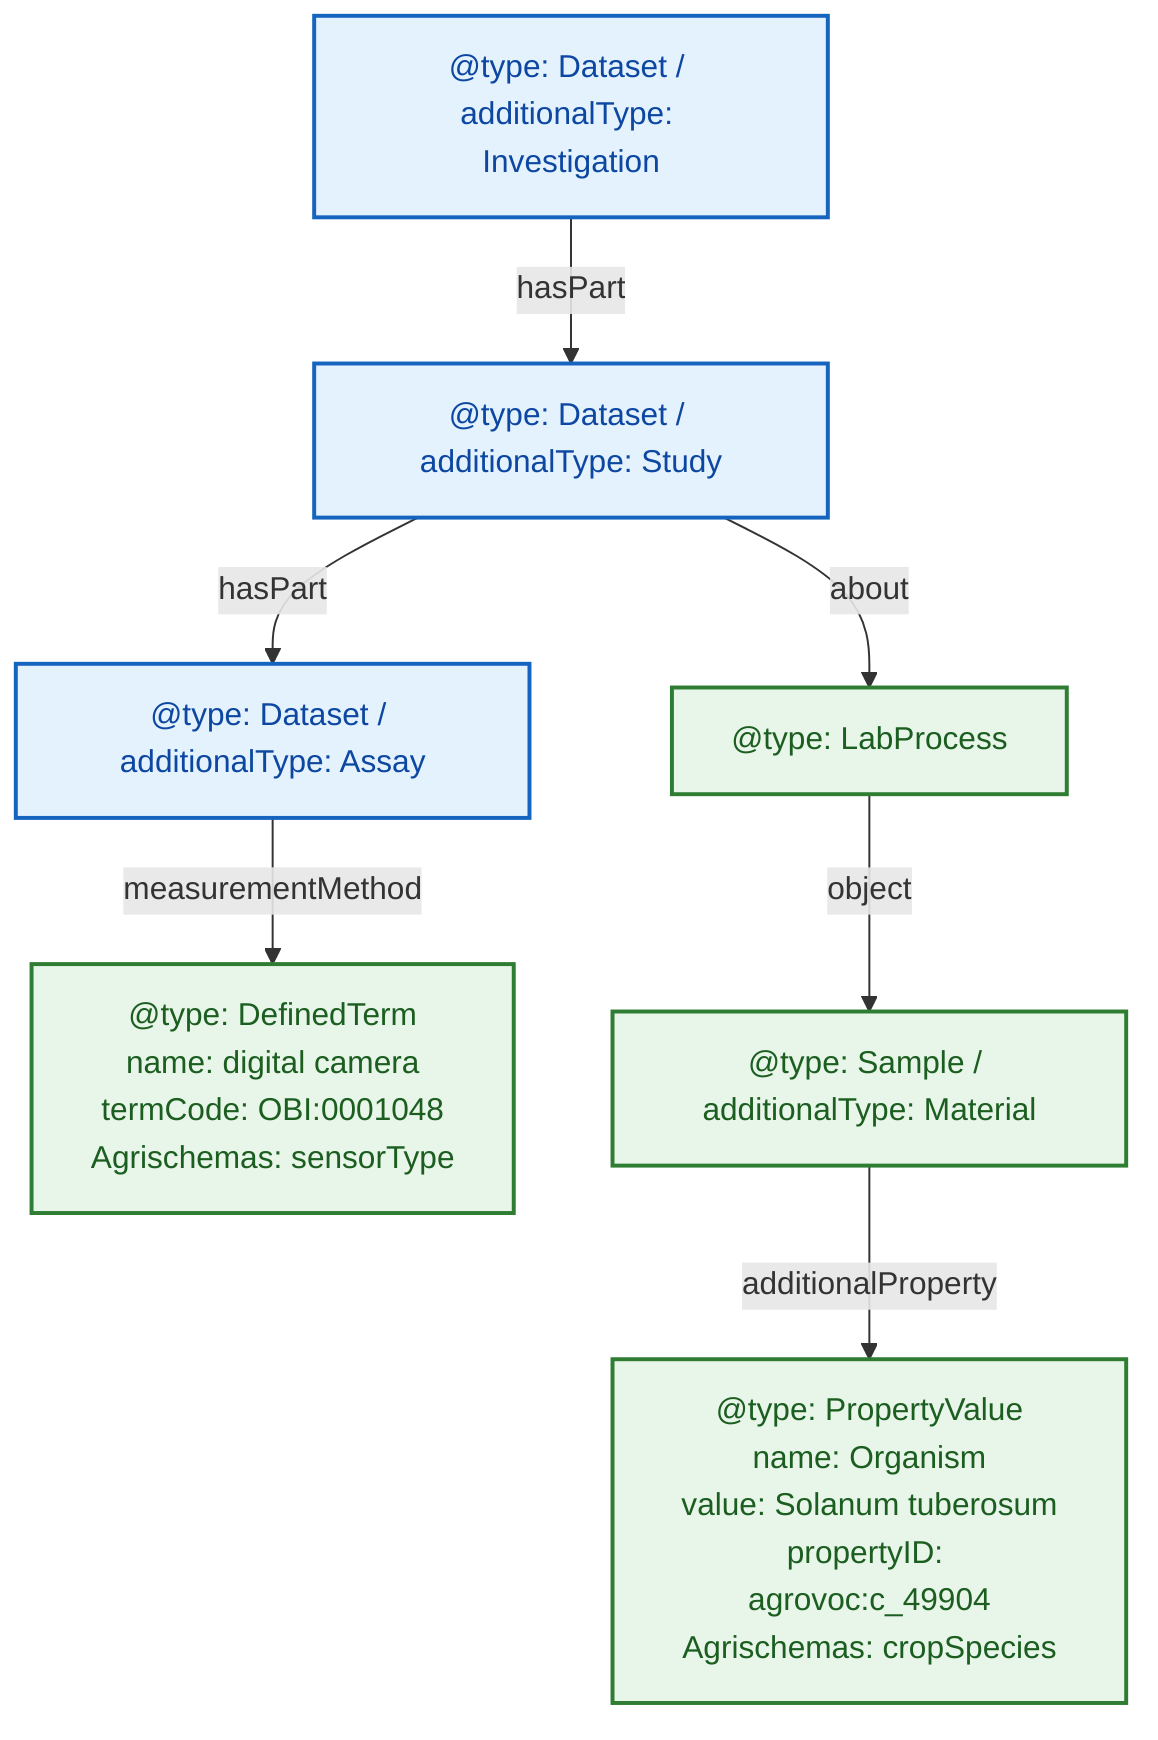
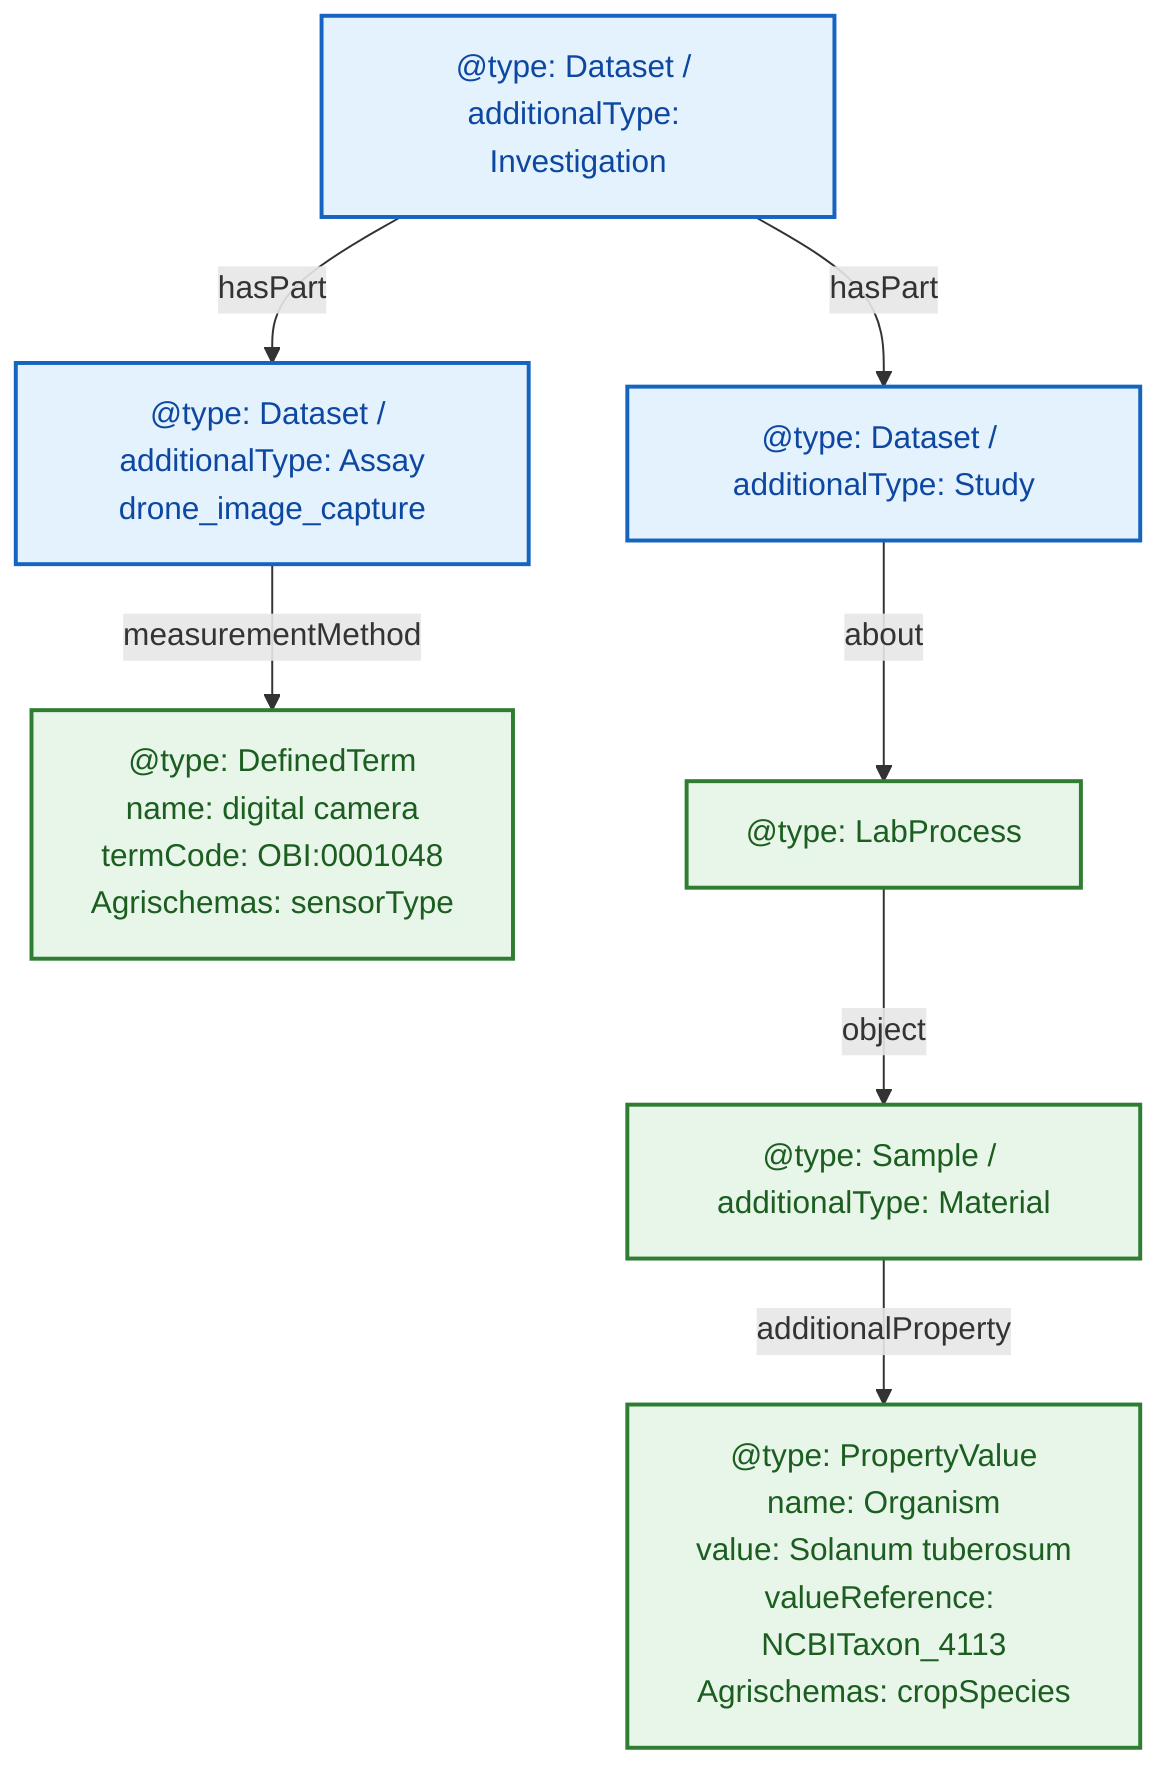
flowchart TD
    I["@type: Dataset / additionalType: Investigation"]
    S["@type: Dataset / additionalType: Study"]
-     A["@type: Dataset / additionalType: Assay"]
+     A["@type: Dataset / additionalType: Assay<br/>drone_image_capture"]
    I -->|"hasPart"| S
-     S -->|"hasPart"| A
+     I -->|"hasPart"| A

    A -->|"measurementMethod"| DT["@type: DefinedTerm<br/>name: digital camera<br/>termCode: OBI:0001048<br/>Agrischemas: sensorType"]

    S -->|"about"| LP["@type: LabProcess"]
    LP -->|"object"| SM["@type: Sample / additionalType: Material"]
-     SM -->|"additionalProperty"| PV["@type: PropertyValue<br/>name: Organism<br/>value: Solanum tuberosum<br/>propertyID: agrovoc:c_49904<br/>Agrischemas: cropSpecies"]
+     SM -->|"additionalProperty"| PV["@type: PropertyValue<br/>name: Organism<br/>value: Solanum tuberosum<br/>valueReference: NCBITaxon_4113<br/>Agrischemas: cropSpecies"]

    classDef isa fill:#e3f2fd,stroke:#1565c0,stroke-width:2px,color:#0d47a1
    classDef leaf fill:#e8f5e9,stroke:#2e7d32,stroke-width:2px,color:#1b5e20

    class I,S,A isa
    class DT,LP,SM,PV leaf
